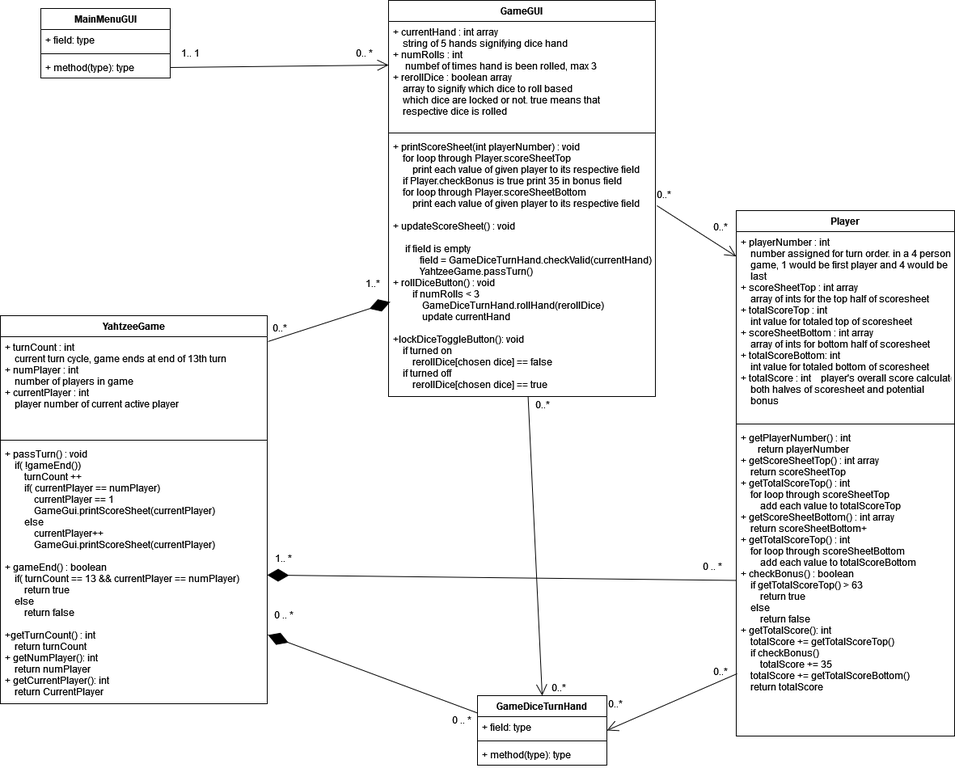
The draw.io diagram CS491Project/docs/ClassDiagram.png in Captain-Fwiffo/Yahtzee-SoftEng, before a commit. Source tidied: cells renumbered, new cells last; positions are measured from the earlier drawing's top-left corner, leaving out a move shared by most shapes.
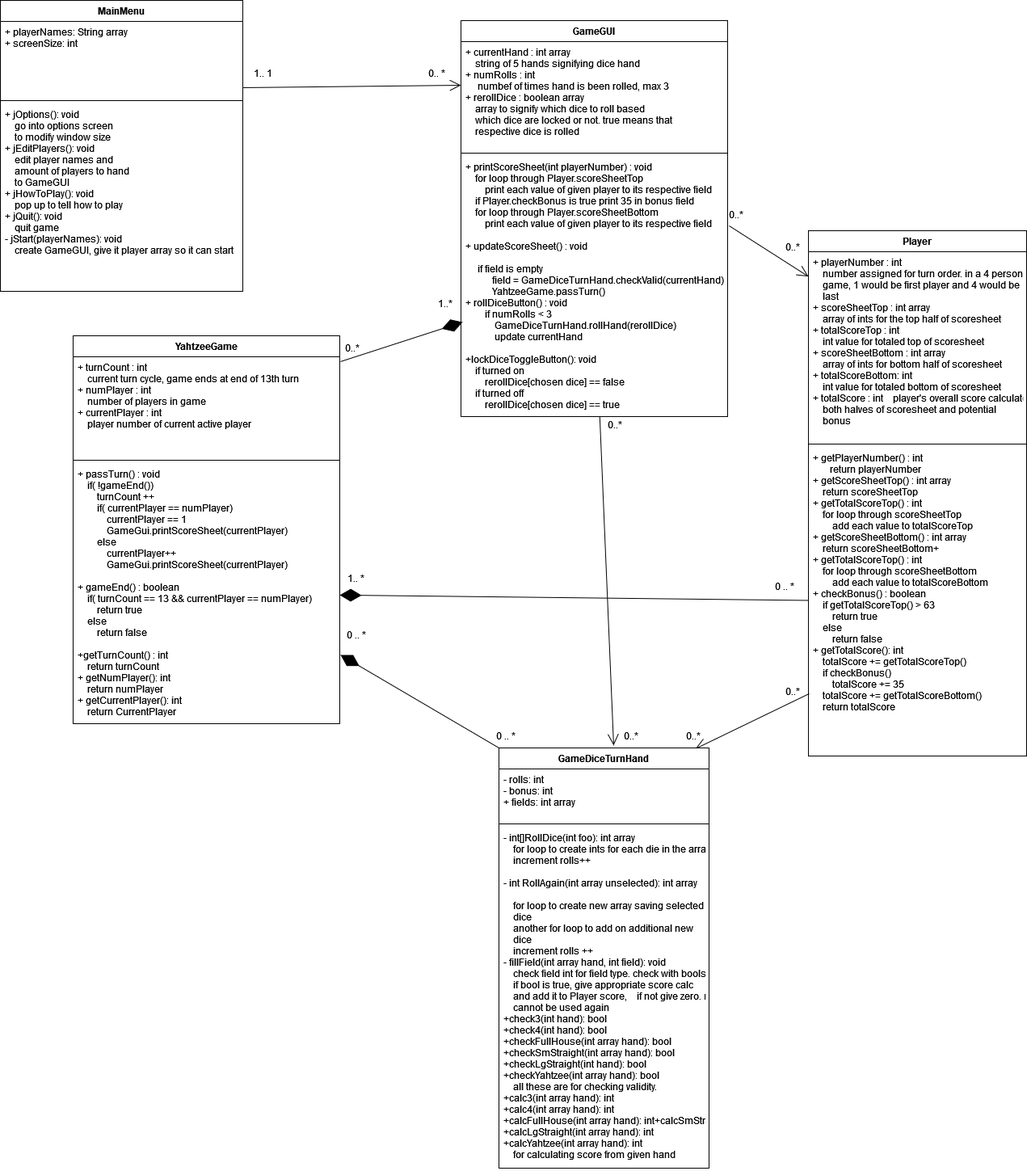
Above is the later version.

Commit message:
final class diagram

Diff of the diagram source:
```diff
@@ -38,31 +38,7 @@
     <mxCell id="13" value="+ passTurn() : void&#10;    if( !gameEnd())&#10;        turnCount ++&#10;        if( currentPlayer == numPlayer)&#10;            currentPlayer == 1&#10;            GameGui.printScoreSheet(currentPlayer)&#10;        else&#10;            currentPlayer++&#10;            GameGui.printScoreSheet(currentPlayer)&#10;&#10;+ gameEnd() : boolean&#10;    if( turnCount == 13 &amp;&amp; currentPlayer == numPlayer)&#10;        return true&#10;    else&#10;        return false&#10;&#10;+getTurnCount() : int&#10;    return turnCount&#10;+ getNumPlayer(): int&#10;    return numPlayer&#10;+ getCurrentPlayer(): int&#10;    return CurrentPlayer&#10;&#10;&#10;" style="text;strokeColor=none;fillColor=none;align=left;verticalAlign=top;spacingLeft=4;spacingRight=4;overflow=hidden;points=[[0,0.5],[1,0.5]];portConstraint=eastwest;" parent="10" vertex="1">
       <mxGeometry y="158" width="330" height="322" as="geometry" />
     </mxCell>
-    <mxCell id="14" value="GameDiceTurnHand" style="swimlane;fontStyle=1;align=center;verticalAlign=top;horizontal=1;startSize=26;" parent="1" vertex="1">
-      <mxGeometry x="590" y="860" width="160" height="86" as="geometry" />
-    </mxCell>
-    <mxCell id="15" value="+ field: type" style="text;strokeColor=none;fillColor=none;align=left;verticalAlign=top;spacingLeft=4;spacingRight=4;overflow=hidden;" parent="14" vertex="1">
-      <mxGeometry y="26" width="160" height="26" as="geometry" />
-    </mxCell>
-    <mxCell id="16" style="line;strokeWidth=1;fillColor=none;align=left;verticalAlign=middle;spacingTop=-1;spacingLeft=3;spacingRight=3;labelPosition=right;strokeColor=inherit;" parent="14" vertex="1">
-      <mxGeometry y="52" width="160" height="8" as="geometry" />
-    </mxCell>
-    <mxCell id="17" value="+ method(type): type" style="text;strokeColor=none;fillColor=none;align=left;verticalAlign=top;spacingLeft=4;spacingRight=4;overflow=hidden;" parent="14" vertex="1">
-      <mxGeometry y="60" width="160" height="26" as="geometry" />
-    </mxCell>
-    <mxCell id="18" value="MainMenuGUI" style="swimlane;fontStyle=1;align=center;verticalAlign=top;horizontal=1;startSize=26;" parent="1" vertex="1">
-      <mxGeometry x="50" y="10" width="160" height="86" as="geometry" />
-    </mxCell>
-    <mxCell id="19" value="+ field: type" style="text;strokeColor=none;fillColor=none;align=left;verticalAlign=top;spacingLeft=4;spacingRight=4;overflow=hidden;" parent="18" vertex="1">
-      <mxGeometry y="26" width="160" height="26" as="geometry" />
-    </mxCell>
-    <mxCell id="20" style="line;strokeWidth=1;fillColor=none;align=left;verticalAlign=middle;spacingTop=-1;spacingLeft=3;spacingRight=3;labelPosition=right;strokeColor=inherit;" parent="18" vertex="1">
-      <mxGeometry y="52" width="160" height="8" as="geometry" />
-    </mxCell>
-    <mxCell id="21" value="+ method(type): type" style="text;strokeColor=none;fillColor=none;align=left;verticalAlign=top;spacingLeft=4;spacingRight=4;overflow=hidden;points=[[0,0.5],[1,0.5]];portConstraint=eastwest;" parent="18" vertex="1">
-      <mxGeometry y="60" width="160" height="26" as="geometry" />
-    </mxCell>
-    <mxCell id="22" style="endArrow=diamondThin;endFill=1;endSize=24;html=1;rounded=0;entryX=1.003;entryY=0.736;entryDx=0;entryDy=0;entryPerimeter=0;exitX=0;exitY=0.25;exitDx=0;exitDy=0;" parent="1" edge="1" source="14" target="13">
+    <mxCell id="22" style="endArrow=diamondThin;endFill=1;endSize=24;html=1;rounded=0;entryX=1.003;entryY=0.736;entryDx=0;entryDy=0;entryPerimeter=0;exitX=0;exitY=0;exitDx=0;exitDy=0;" parent="1" edge="1" source="14" target="13">
       <mxGeometry relative="1" as="geometry" />
     </mxCell>
     <mxCell id="23" style="endArrow=diamondThin;endFill=1;endSize=24;html=1;rounded=0;" parent="1" edge="1" source="5" target="13">
@@ -84,10 +60,11 @@
       <mxGeometry x="325" y="745" width="50" height="30" as="geometry" />
     </mxCell>
     <mxCell id="29" value="0 .. *" style="text;html=1;align=center;verticalAlign=middle;strokeColor=none;fillColor=none;" parent="1" vertex="1">
-      <mxGeometry x="545" y="875" width="50" height="30" as="geometry" />
+      <mxGeometry x="510" y="870" width="50" height="30" as="geometry" />
     </mxCell>
-    <mxCell id="30" style="endArrow=open;endFill=1;endSize=12;html=1;rounded=0;exitX=1;exitY=0.5;exitDx=0;exitDy=0;" parent="1" edge="1" source="21">
+    <mxCell id="30" style="endArrow=open;endFill=1;endSize=12;html=1;rounded=0;exitX=1;exitY=0.5;exitDx=0;exitDy=0;" parent="1" edge="1">
       <mxGeometry relative="1" as="geometry">
+        <mxPoint x="210" y="83" as="sourcePoint" />
         <mxPoint x="480" y="80" as="targetPoint" />
       </mxGeometry>
     </mxCell>
@@ -103,7 +80,7 @@
     <mxCell id="34" style="endArrow=open;endFill=1;endSize=12;html=1;rounded=0;exitX=1.006;exitY=0.267;exitDx=0;exitDy=0;exitPerimeter=0;" parent="1" edge="1" source="9" target="3">
       <mxGeometry relative="1" as="geometry" />
     </mxCell>
-    <mxCell id="35" style="endArrow=open;endFill=1;endSize=12;html=1;rounded=0;entryX=0.5;entryY=0;entryDx=0;entryDy=0;" parent="1" edge="1" source="9" target="14">
+    <mxCell id="35" style="endArrow=open;endFill=1;endSize=12;html=1;rounded=0;entryX=0.546;entryY=-0.006;entryDx=0;entryDy=0;entryPerimeter=0;" parent="1" edge="1" source="9" target="14">
       <mxGeometry relative="1" as="geometry" />
     </mxCell>
     <mxCell id="36" value="0..*" style="text;html=1;align=center;verticalAlign=middle;strokeColor=none;fillColor=none;" parent="1" vertex="1">
@@ -116,16 +93,40 @@
       <mxGeometry x="650" y="485" width="40" height="30" as="geometry" />
     </mxCell>
     <mxCell id="39" value="0..*" style="text;html=1;align=center;verticalAlign=middle;strokeColor=none;fillColor=none;" parent="1" vertex="1">
-      <mxGeometry x="670" y="835" width="40" height="30" as="geometry" />
+      <mxGeometry x="670" y="870" width="40" height="30" as="geometry" />
     </mxCell>
-    <mxCell id="40" style="endArrow=open;endFill=1;endSize=12;html=1;rounded=0;exitX=0.004;exitY=0.798;exitDx=0;exitDy=0;exitPerimeter=0;entryX=1;entryY=0.5;entryDx=0;entryDy=0;" parent="1" edge="1" source="5" target="14">
+    <mxCell id="40" style="endArrow=open;endFill=1;endSize=12;html=1;rounded=0;exitX=0.004;exitY=0.798;exitDx=0;exitDy=0;exitPerimeter=0;entryX=0.935;entryY=0.002;entryDx=0;entryDy=0;entryPerimeter=0;" parent="1" edge="1" source="5" target="14">
       <mxGeometry relative="1" as="geometry" />
     </mxCell>
     <mxCell id="41" value="0..*" style="text;html=1;align=center;verticalAlign=middle;strokeColor=none;fillColor=none;" parent="1" vertex="1">
       <mxGeometry x="870" y="815" width="40" height="30" as="geometry" />
     </mxCell>
     <mxCell id="42" value="0..*" style="text;html=1;align=center;verticalAlign=middle;strokeColor=none;fillColor=none;" parent="1" vertex="1">
-      <mxGeometry x="740" y="855" width="40" height="30" as="geometry" />
+      <mxGeometry x="747" y="870" width="40" height="30" as="geometry" />
     </mxCell>
+    <mxCell id="14" value="GameDiceTurnHand" style="swimlane;fontStyle=1;align=center;verticalAlign=top;horizontal=1;startSize=26;" parent="1" vertex="1">
+      <mxGeometry x="527" y="900" width="260" height="520" as="geometry" />
+    </mxCell>
+    <mxCell id="43" value="- rolls: int&#10;- bonus: int&#10;+ fields: int array&#10;" style="text;strokeColor=none;fillColor=none;align=left;verticalAlign=top;spacingLeft=4;spacingRight=4;overflow=hidden;" parent="14" vertex="1">
+      <mxGeometry y="26" width="260" height="64" as="geometry" />
+    </mxCell>
+    <mxCell id="44" style="line;strokeWidth=1;fillColor=none;align=left;verticalAlign=middle;spacingTop=-1;spacingLeft=3;spacingRight=3;labelPosition=right;strokeColor=inherit;" parent="14" vertex="1">
+      <mxGeometry y="90" width="260" height="8" as="geometry" />
+    </mxCell>
+    <mxCell id="45" value="- int[]RollDice(int foo): int array&#10;    for loop to create ints for each die in the array&#10;    increment rolls++&#10;&#10;- int RollAgain(int array unselected): int array&#10;&#10;    for loop to create new array saving selected&#10;    dice&#10;    another for loop to add on additional new&#10;    dice&#10;    increment rolls ++&#10;- fillField(int array hand, int field): void&#10;    check field int for field type. check with bools&#10;    if bool is true, give appropriate score calc&#10;    and add it to Player score,    if not give zero. mark field int as 1 so it&#10;    cannot be used again&#10;+check3(int hand): bool&#10;+check4(int hand): bool&#10;+checkFullHouse(int array hand): bool&#10;+checkSmStraight(int array hand): bool&#10;+checkLgStraight(int hand): bool&#10;+checkYahtzee(int array hand): bool&#10;    all these are for checking validity.&#10;+calc3(int array hand): int&#10;+calc4(int array hand): int&#10;+calcFullHouse(int array hand): int+calcSmStraight(int array hand): int&#10;+calcLgStraight(int array hand): int&#10;+calcYahtzee(int array hand): int&#10;    for calculating score from given hand&#10;" style="text;strokeColor=none;fillColor=none;align=left;verticalAlign=top;spacingLeft=4;spacingRight=4;overflow=hidden;" parent="14" vertex="1">
+      <mxGeometry y="98" width="260" height="422" as="geometry" />
+    </mxCell>
+    <mxCell id="46" value="MainMenu" style="swimlane;fontStyle=1;align=center;verticalAlign=top;horizontal=1;startSize=26;" parent="1" vertex="1">
+      <mxGeometry x="-90" y="-25" width="300" height="360" as="geometry" />
+    </mxCell>
+    <mxCell id="47" value="+ playerNames: String array&#10;+ screenSize: int&#10;" style="text;strokeColor=none;fillColor=none;align=left;verticalAlign=top;spacingLeft=4;spacingRight=4;overflow=hidden;" parent="46" vertex="1">
+      <mxGeometry y="26" width="300" height="94" as="geometry" />
+    </mxCell>
+    <mxCell id="48" style="line;strokeWidth=1;fillColor=none;align=left;verticalAlign=middle;spacingTop=-1;spacingLeft=3;spacingRight=3;labelPosition=right;strokeColor=inherit;" parent="46" vertex="1">
+      <mxGeometry y="120" width="300" height="8" as="geometry" />
+    </mxCell>
+    <mxCell id="49" value="+ jOptions(): void&#10;    go into options screen&#10;    to modify window size&#10;+ jEditPlayers(): void&#10;    edit player names and&#10;    amount of players to hand&#10;    to GameGUI&#10;+ jHowToPlay(): void&#10;    pop up to tell how to play&#10;+ jQuit(): void&#10;    quit game&#10;- jStart(playerNames): void&#10;    create GameGUI, give it player array so it can start" style="text;strokeColor=none;fillColor=none;align=left;verticalAlign=top;spacingLeft=4;spacingRight=4;overflow=hidden;" parent="46" vertex="1">
+      <mxGeometry y="128" width="300" height="232" as="geometry" />
+    </mxCell>
   </root>
 </mxGraphModel>
```
